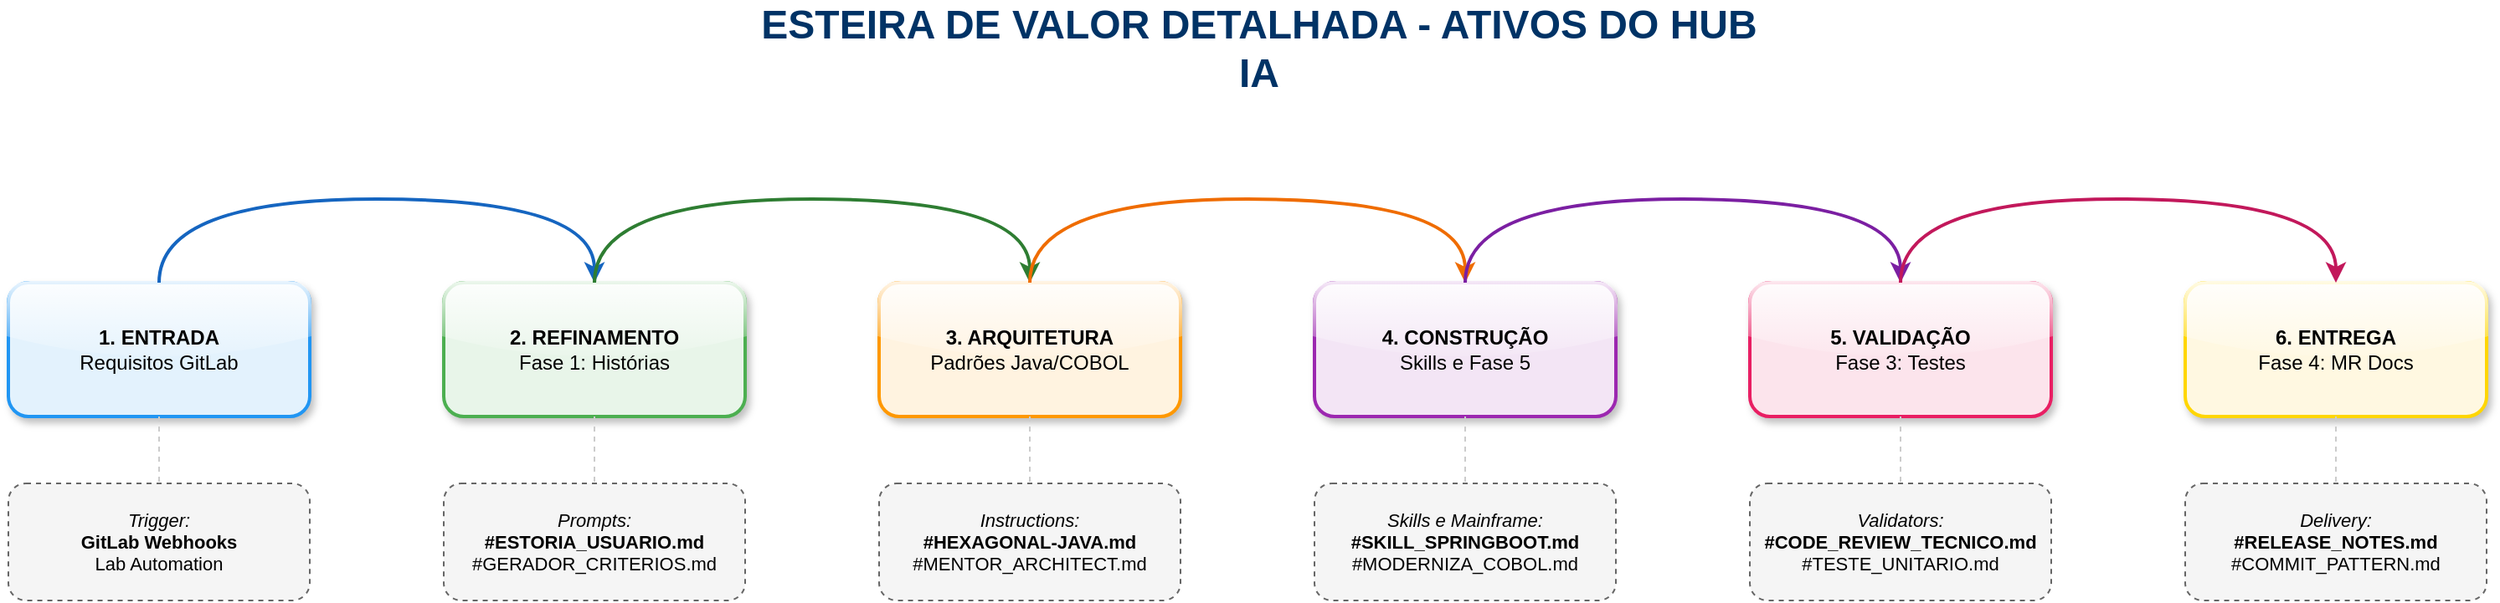
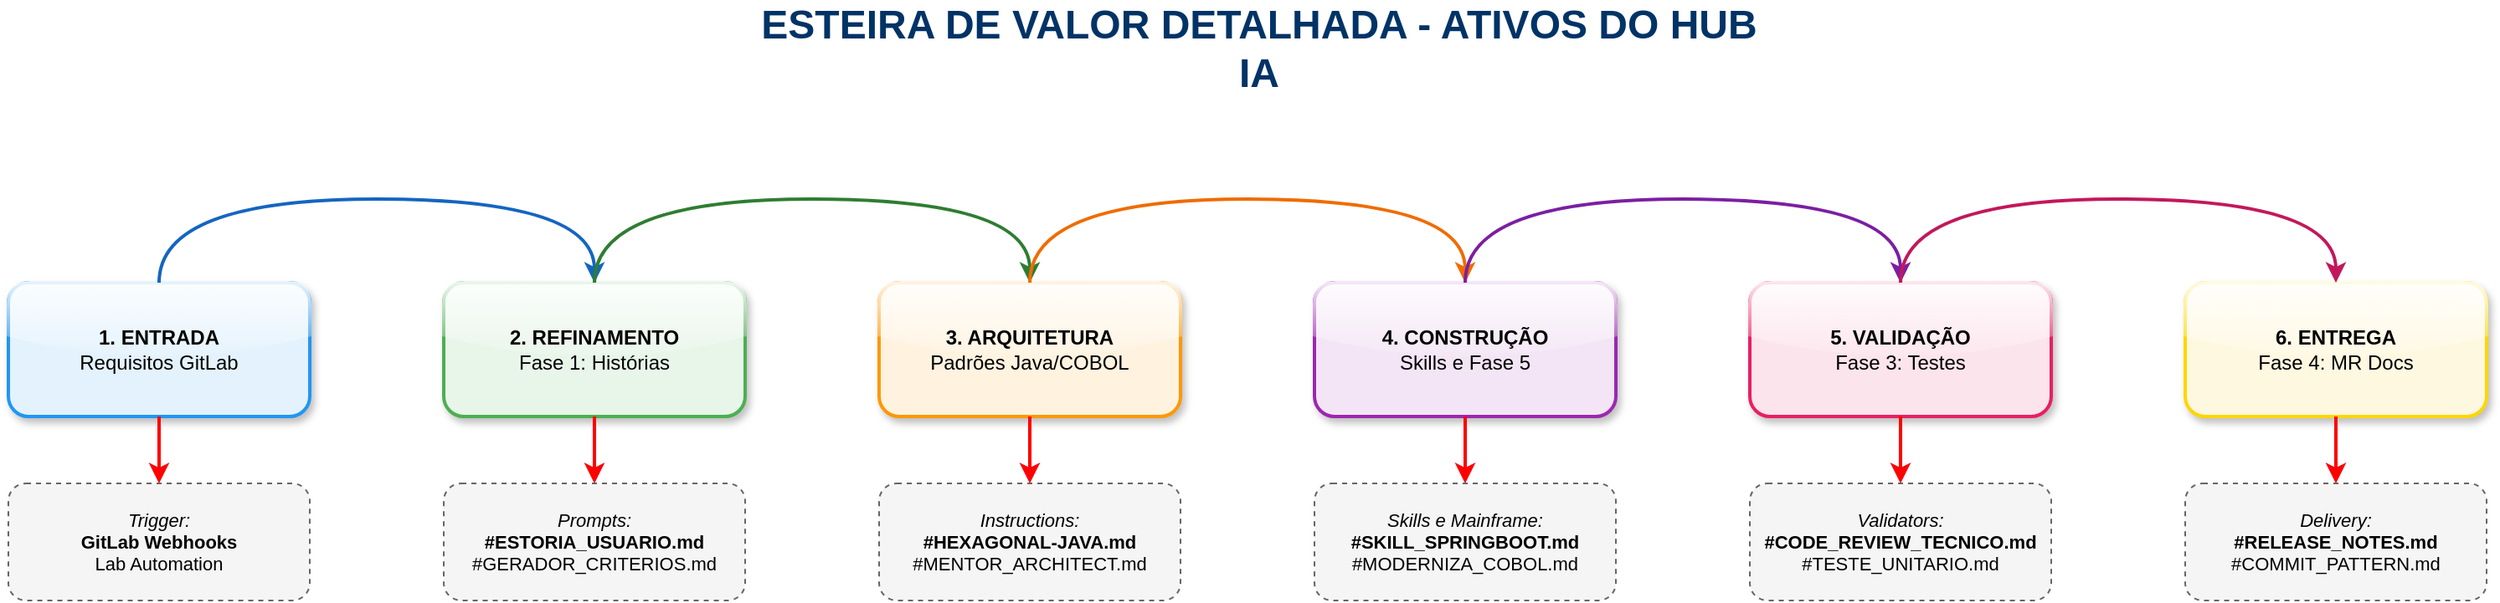
<mxfile host="Electron" version="21.6.8" type="device">
  <diagram id="fluxo-detalhado" name="Esteira Detalhada com Ativos">
    <mxGraphModel dx="1422" dy="794" grid="1" gridSize="10" guides="1" tooltips="1" connect="1" arrows="1" fold="1" page="1" pageScale="1" pageWidth="1654" pageHeight="1169" math="0" shadow="0">
      <root>
        <mxCell id="0" />
        <mxCell id="1" parent="0" />

        <!-- Título -->
        <mxCell id="title" value="ESTEIRA DE VALOR DETALHADA - ATIVOS DO HUB IA" style="text;html=1;strokeColor=none;fillColor=none;align=center;verticalAlign=middle;whiteSpace=wrap;rounded=0;fontSize=24;fontStyle=1;fontColor=#003366;" vertex="1" parent="1">
          <mxGeometry x="527" y="40" width="600" height="40" as="geometry" />
        </mxCell>

        <!-- CAMADA 1: ETAPAS PRINCIPAIS -->
        <mxCell id="step1" value="&lt;b&gt;1. ENTRADA&lt;/b&gt;&lt;br&gt;Requisitos GitLab" style="rounded=1;whiteSpace=wrap;html=1;fillColor=#E3F2FD;strokeColor=#2196F3;strokeWidth=2;shadow=1;glass=1;" vertex="1" parent="1">
          <mxGeometry x="80" y="200" width="180" height="80" as="geometry" />
        </mxCell>
        <mxCell id="step2" value="&lt;b&gt;2. REFINAMENTO&lt;/b&gt;&lt;br&gt;Fase 1: Histórias" style="rounded=1;whiteSpace=wrap;html=1;fillColor=#E8F5E9;strokeColor=#4CAF50;strokeWidth=2;shadow=1;glass=1;" vertex="1" parent="1">
          <mxGeometry x="340" y="200" width="180" height="80" as="geometry" />
        </mxCell>
        <mxCell id="step3" value="&lt;b&gt;3. ARQUITETURA&lt;/b&gt;&lt;br&gt;Padrões Java/COBOL" style="rounded=1;whiteSpace=wrap;html=1;fillColor=#FFF3E0;strokeColor=#FF9800;strokeWidth=2;shadow=1;glass=1;" vertex="1" parent="1">
          <mxGeometry x="600" y="200" width="180" height="80" as="geometry" />
        </mxCell>
        <mxCell id="step4" value="&lt;b&gt;4. CONSTRUÇÃO&lt;/b&gt;&lt;br&gt;Skills e Fase 5" style="rounded=1;whiteSpace=wrap;html=1;fillColor=#F3E5F5;strokeColor=#9C27B0;strokeWidth=2;shadow=1;glass=1;" vertex="1" parent="1">
          <mxGeometry x="860" y="200" width="180" height="80" as="geometry" />
        </mxCell>
        <mxCell id="step5" value="&lt;b&gt;5. VALIDAÇÃO&lt;/b&gt;&lt;br&gt;Fase 3: Testes" style="rounded=1;whiteSpace=wrap;html=1;fillColor=#FCE4EC;strokeColor=#E91E63;strokeWidth=2;shadow=1;glass=1;" vertex="1" parent="1">
          <mxGeometry x="1120" y="200" width="180" height="80" as="geometry" />
        </mxCell>
        <mxCell id="step6" value="&lt;b&gt;6. ENTREGA&lt;/b&gt;&lt;br&gt;Fase 4: MR Docs" style="rounded=1;whiteSpace=wrap;html=1;fillColor=#FFF8E1;strokeColor=#FFD600;strokeWidth=2;shadow=1;glass=1;" vertex="1" parent="1">
          <mxGeometry x="1380" y="200" width="180" height="80" as="geometry" />
        </mxCell>

        <!-- CAMADA 2: ATIVOS DO HUB (NOVO) -->
        <mxCell id="asset1" value="&lt;i&gt;Trigger:&lt;/i&gt;&lt;br&gt;&lt;b&gt;GitLab Webhooks&lt;/b&gt;&lt;br&gt;Lab Automation" style="rounded=1;whiteSpace=wrap;html=1;fillColor=#F5F5F5;strokeColor=#666666;strokeWidth=1;fontSize=11;dashed=1;" vertex="1" parent="1">
          <mxGeometry x="80" y="320" width="180" height="70" as="geometry" />
        </mxCell>
        <mxCell id="asset2" value="&lt;i&gt;Prompts:&lt;/i&gt;&lt;br&gt;&lt;b&gt;#ESTORIA_USUARIO.md&lt;/b&gt;&lt;br&gt;#GERADOR_CRITERIOS.md" style="rounded=1;whiteSpace=wrap;html=1;fillColor=#F5F5F5;strokeColor=#666666;strokeWidth=1;fontSize=11;dashed=1;" vertex="1" parent="1">
          <mxGeometry x="340" y="320" width="180" height="70" as="geometry" />
        </mxCell>
        <mxCell id="asset3" value="&lt;i&gt;Instructions:&lt;/i&gt;&lt;br&gt;&lt;b&gt;#HEXAGONAL-JAVA.md&lt;/b&gt;&lt;br&gt;#MENTOR_ARCHITECT.md" style="rounded=1;whiteSpace=wrap;html=1;fillColor=#F5F5F5;strokeColor=#666666;strokeWidth=1;fontSize=11;dashed=1;" vertex="1" parent="1">
          <mxGeometry x="600" y="320" width="180" height="70" as="geometry" />
        </mxCell>
        <mxCell id="asset4" value="&lt;i&gt;Skills e Mainframe:&lt;/i&gt;&lt;br&gt;&lt;b&gt;#SKILL_SPRINGBOOT.md&lt;/b&gt;&lt;br&gt;#MODERNIZA_COBOL.md" style="rounded=1;whiteSpace=wrap;html=1;fillColor=#F5F5F5;strokeColor=#666666;strokeWidth=1;fontSize=11;dashed=1;" vertex="1" parent="1">
          <mxGeometry x="860" y="320" width="180" height="70" as="geometry" />
        </mxCell>
        <mxCell id="asset5" value="&lt;i&gt;Validators:&lt;/i&gt;&lt;br&gt;&lt;b&gt;#CODE_REVIEW_TECNICO.md&lt;/b&gt;&lt;br&gt;#TESTE_UNITARIO.md" style="rounded=1;whiteSpace=wrap;html=1;fillColor=#F5F5F5;strokeColor=#666666;strokeWidth=1;fontSize=11;dashed=1;" vertex="1" parent="1">
          <mxGeometry x="1120" y="320" width="180" height="70" as="geometry" />
        </mxCell>
        <mxCell id="asset6" value="&lt;i&gt;Delivery:&lt;/i&gt;&lt;br&gt;&lt;b&gt;#RELEASE_NOTES.md&lt;/b&gt;&lt;br&gt;#COMMIT_PATTERN.md" style="rounded=1;whiteSpace=wrap;html=1;fillColor=#F5F5F5;strokeColor=#666666;strokeWidth=1;fontSize=11;dashed=1;" vertex="1" parent="1">
          <mxGeometry x="1380" y="320" width="180" height="70" as="geometry" />
        </mxCell>

-         <!-- Conectores de Ativos (Verticais) -->
-         <mxCell id="c1" edge="1" parent="1" source="step1" target="asset1" style="edgeStyle=none;rounded=0;orthogonalLoop=1;jettySize=auto;html=1;strokeColor=#CCCCCC;strokeWidth=1;dashed=1;endArrow=none;startArrow=none;">
+         <!-- Conectores de Ativos (Vermelhos Sólidos com Ponta) -->
+         <mxCell id="c1" edge="1" parent="1" source="step1" target="asset1" style="edgeStyle=none;rounded=0;orthogonalLoop=1;jettySize=auto;html=1;strokeColor=#FF0000;strokeWidth=2;endArrow=classic;startArrow=none;">
          <mxGeometry relative="1" as="geometry" />
        </mxCell>
-         <mxCell id="c2" edge="1" parent="1" source="step2" target="asset2" style="edgeStyle=none;rounded=0;orthogonalLoop=1;jettySize=auto;html=1;strokeColor=#CCCCCC;strokeWidth=1;dashed=1;endArrow=none;startArrow=none;">
+         <mxCell id="c2" edge="1" parent="1" source="step2" target="asset2" style="edgeStyle=none;rounded=0;orthogonalLoop=1;jettySize=auto;html=1;strokeColor=#FF0000;strokeWidth=2;endArrow=classic;startArrow=none;">
          <mxGeometry relative="1" as="geometry" />
        </mxCell>
-         <mxCell id="c3" edge="1" parent="1" source="step3" target="asset3" style="edgeStyle=none;rounded=0;orthogonalLoop=1;jettySize=auto;html=1;strokeColor=#CCCCCC;strokeWidth=1;dashed=1;endArrow=none;startArrow=none;">
+         <mxCell id="c3" edge="1" parent="1" source="step3" target="asset3" style="edgeStyle=none;rounded=0;orthogonalLoop=1;jettySize=auto;html=1;strokeColor=#FF0000;strokeWidth=2;endArrow=classic;startArrow=none;">
          <mxGeometry relative="1" as="geometry" />
        </mxCell>
-         <mxCell id="c4" edge="1" parent="1" source="step4" target="asset4" style="edgeStyle=none;rounded=0;orthogonalLoop=1;jettySize=auto;html=1;strokeColor=#CCCCCC;strokeWidth=1;dashed=1;endArrow=none;startArrow=none;">
+         <mxCell id="c4" edge="1" parent="1" source="step4" target="asset4" style="edgeStyle=none;rounded=0;orthogonalLoop=1;jettySize=auto;html=1;strokeColor=#FF0000;strokeWidth=2;endArrow=classic;startArrow=none;">
          <mxGeometry relative="1" as="geometry" />
        </mxCell>
-         <mxCell id="c5" edge="1" parent="1" source="step5" target="asset5" style="edgeStyle=none;rounded=0;orthogonalLoop=1;jettySize=auto;html=1;strokeColor=#CCCCCC;strokeWidth=1;dashed=1;endArrow=none;startArrow=none;">
+         <mxCell id="c5" edge="1" parent="1" source="step5" target="asset5" style="edgeStyle=none;rounded=0;orthogonalLoop=1;jettySize=auto;html=1;strokeColor=#FF0000;strokeWidth=2;endArrow=classic;startArrow=none;">
          <mxGeometry relative="1" as="geometry" />
        </mxCell>
-         <mxCell id="c6" edge="1" parent="1" source="step6" target="asset6" style="edgeStyle=none;rounded=0;orthogonalLoop=1;jettySize=auto;html=1;strokeColor=#CCCCCC;strokeWidth=1;dashed=1;endArrow=none;startArrow=none;">
+         <mxCell id="c6" edge="1" parent="1" source="step6" target="asset6" style="edgeStyle=none;rounded=0;orthogonalLoop=1;jettySize=auto;html=1;strokeColor=#FF0000;strokeWidth=2;endArrow=classic;startArrow=none;">
          <mxGeometry relative="1" as="geometry" />
        </mxCell>

        <!-- SETAS DE FLUXO (IDA) -->
        <mxCell id="f1" edge="1" parent="1" source="step1" target="step2" style="edgeStyle=orthogonalEdgeStyle;rounded=1;orthogonalLoop=1;jettySize=auto;html=1;strokeWidth=2;strokeColor=#1565C0;curved=1;">
          <mxGeometry relative="1" as="geometry">
            <Array as="points"><mxPoint x="170" y="150" /><mxPoint x="430" y="150" /></Array>
          </mxGeometry>
        </mxCell>
        <mxCell id="f2" edge="1" parent="1" source="step2" target="step3" style="edgeStyle=orthogonalEdgeStyle;rounded=1;orthogonalLoop=1;jettySize=auto;html=1;strokeWidth=2;strokeColor=#2E7D32;curved=1;">
          <mxGeometry relative="1" as="geometry">
            <Array as="points"><mxPoint x="430" y="150" /><mxPoint x="690" y="150" /></Array>
          </mxGeometry>
        </mxCell>
        <mxCell id="f3" edge="1" parent="1" source="step3" target="step4" style="edgeStyle=orthogonalEdgeStyle;rounded=1;orthogonalLoop=1;jettySize=auto;html=1;strokeWidth=2;strokeColor=#EF6C00;curved=1;">
          <mxGeometry relative="1" as="geometry">
            <Array as="points"><mxPoint x="690" y="150" /><mxPoint x="950" y="150" /></Array>
          </mxGeometry>
        </mxCell>
        <mxCell id="f4" edge="1" parent="1" source="step4" target="step5" style="edgeStyle=orthogonalEdgeStyle;rounded=1;orthogonalLoop=1;jettySize=auto;html=1;strokeWidth=2;strokeColor=#7B1FA2;curved=1;">
          <mxGeometry relative="1" as="geometry">
            <Array as="points"><mxPoint x="950" y="150" /><mxPoint x="1210" y="150" /></Array>
          </mxGeometry>
        </mxCell>
        <mxCell id="f5" edge="1" parent="1" source="step5" target="step6" style="edgeStyle=orthogonalEdgeStyle;rounded=1;orthogonalLoop=1;jettySize=auto;html=1;strokeWidth=2;strokeColor=#C2185B;curved=1;">
          <mxGeometry relative="1" as="geometry">
            <Array as="points"><mxPoint x="1210" y="150" /><mxPoint x="1470" y="150" /></Array>
          </mxGeometry>
        </mxCell>
      </root>
    </mxGraphModel>
  </diagram>
</mxfile>
